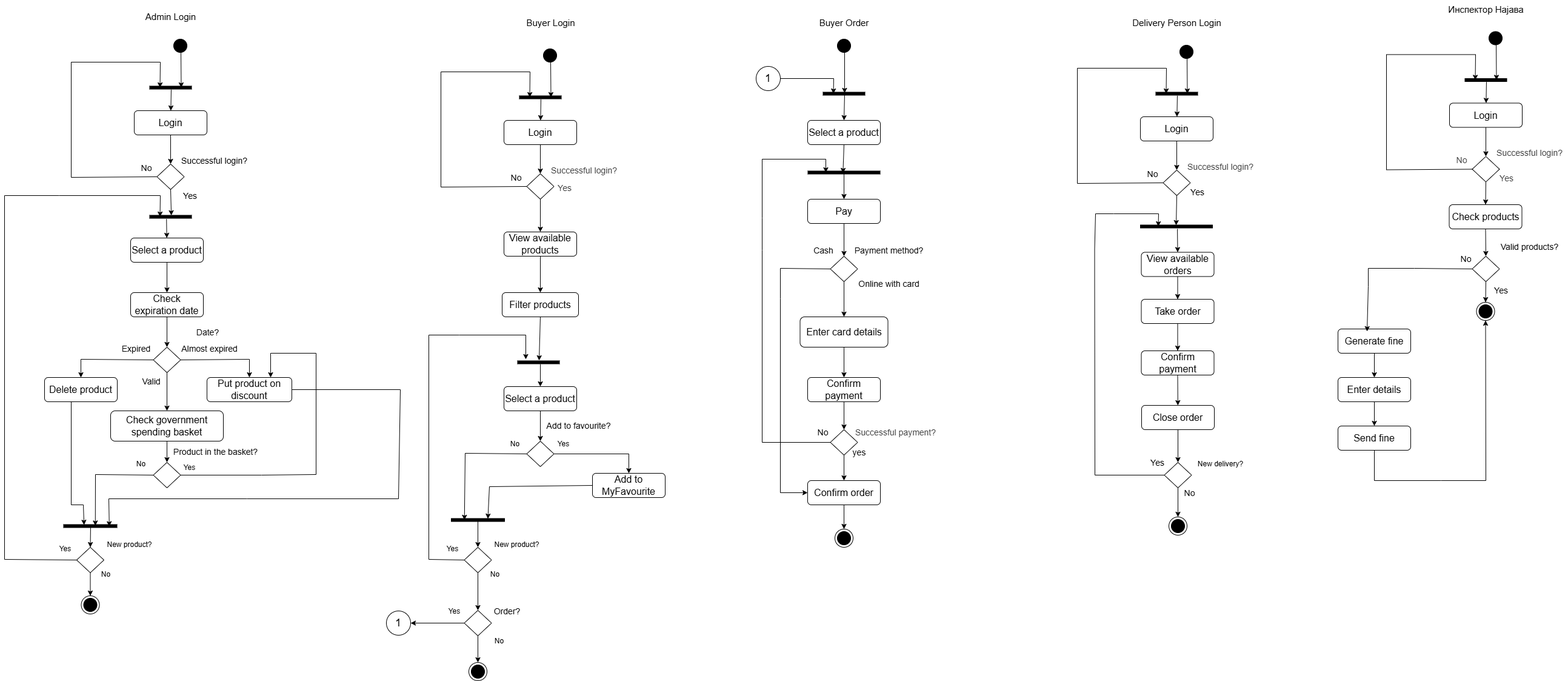
BorjanCFC/ADIS keeps this draw.io diagram as Seminarska/ActivityDiagram.drawio.png. Above is the earlier version. Source tidied: cells renumbered, new cells last; positions are measured from the earlier drawing's top-left corner, leaving out a move shared by most shapes.
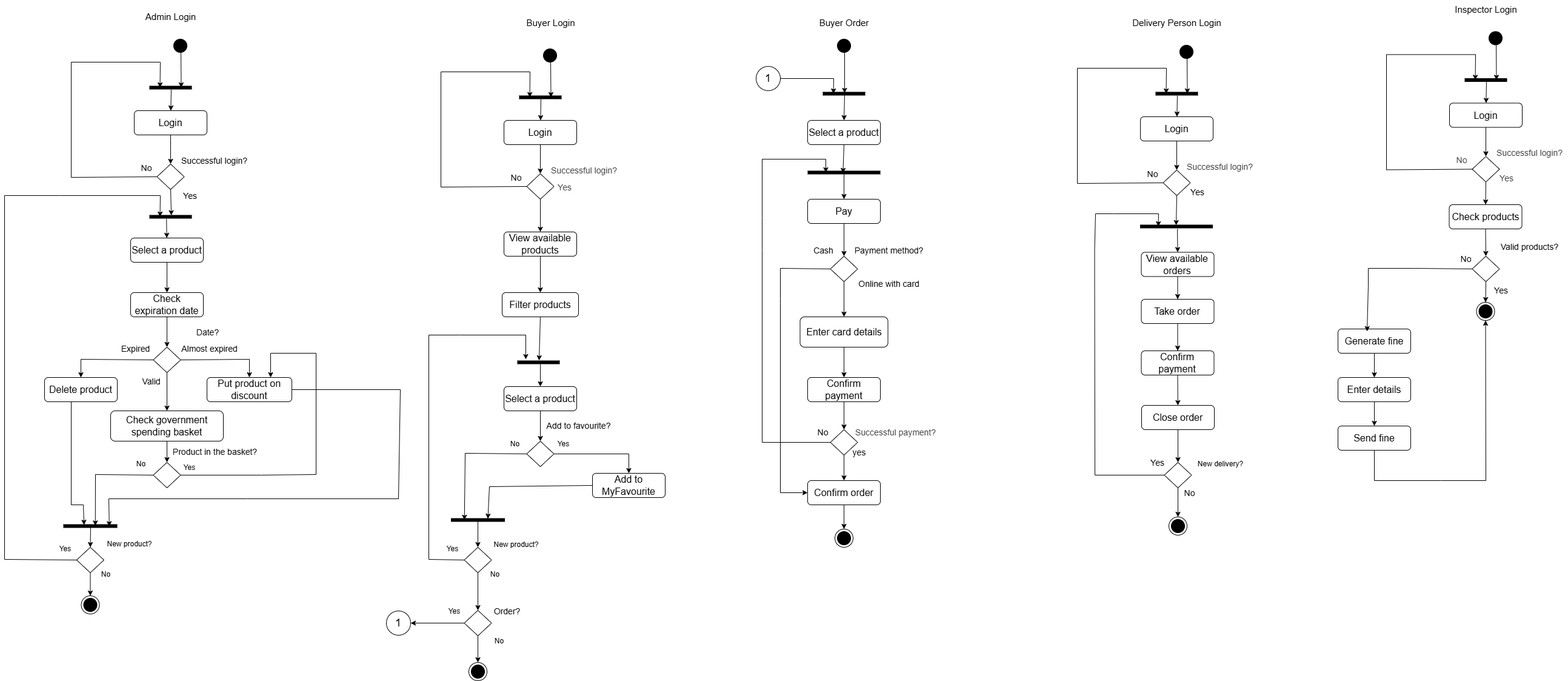
After the commit.

Diff of the diagram source:
```diff
@@ -611,8 +611,8 @@
     <mxCell id="165" value="&lt;span style=&quot;color: rgb(63, 63, 63);&quot;&gt;Yes&lt;/span&gt;" style="text;html=1;align=center;verticalAlign=middle;strokeColor=none;fillColor=none;fontColor=light-dark(#000000,#060606);fontSize=14;" parent="1" vertex="1">
       <mxGeometry x="2457.5" y="279.5" width="41" height="29" as="geometry" />
     </mxCell>
-    <mxCell id="166" value="&lt;font style=&quot;font-size: 15px;&quot;&gt;Инспектор Најава&lt;/font&gt;" style="text;html=1;align=center;verticalAlign=middle;strokeColor=none;fillColor=none;fontColor=light-dark(#000000,#060606);" parent="1" vertex="1">
-      <mxGeometry x="2368.5" y="-0.5" width="150" height="30" as="geometry" />
+    <mxCell id="166" value="&lt;font style=&quot;font-size: 15px;&quot;&gt;Inspector Login&lt;/font&gt;" style="text;html=1;align=center;verticalAlign=middle;strokeColor=none;fillColor=none;fontColor=light-dark(#000000,#060606);" parent="1" vertex="1">
+      <mxGeometry x="2383.5" y="-0.5" width="121" height="30" as="geometry" />
     </mxCell>
     <mxCell id="167" style="endArrow=none;html=1;rounded=0;curved=0;jumpStyle=line;entryX=0;entryY=0.5;entryDx=0;entryDy=0;exitX=0.25;exitY=0.5;exitDx=0;exitDy=0;exitPerimeter=0;endFill=0;startArrow=classic;startFill=1;" parent="1" edge="1" source="158" target="162">
       <mxGeometry relative="1" as="geometry">
```
